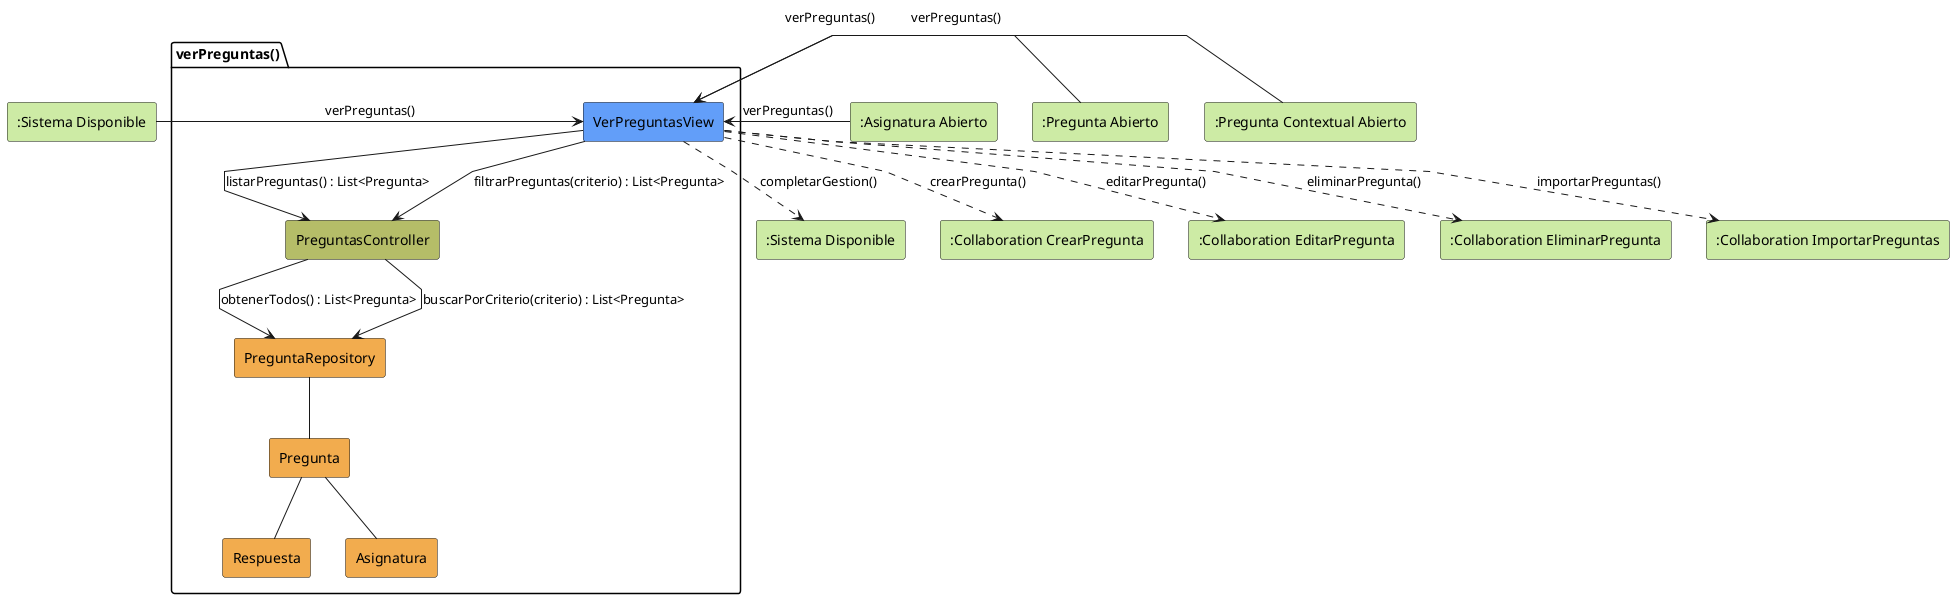
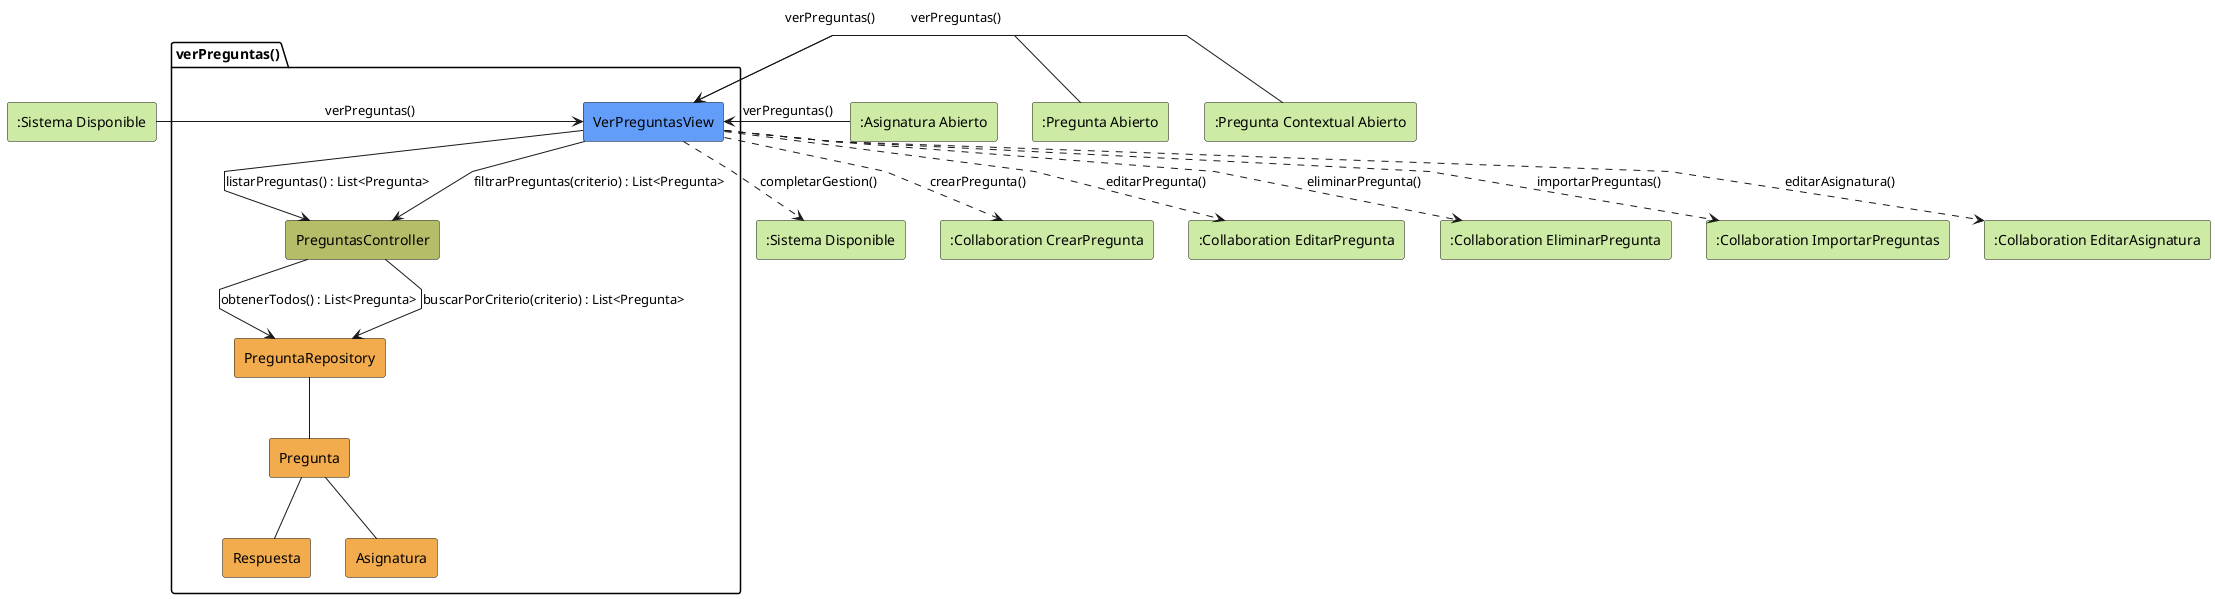
@startuml verPreguntas-analisis
skinparam linetype polyline

rectangle #CDEBA5 ":Sistema Disponible" as SistemaDisponible
rectangle #CDEBA5 ":Asignatura Abierto" as AsignaturaAbierto
rectangle #CDEBA5 ":Pregunta Abierto" as PreguntaAbierto
rectangle #CDEBA5 ":Pregunta Contextual Abierto" as PreguntaContextualAbierto
package verPreguntas as "verPreguntas()" {
    rectangle #629EF9 VerPreguntasView
    rectangle #b5bd68 PreguntasController
    rectangle #F2AC4E PreguntaRepository
    rectangle #F2AC4E Pregunta
    rectangle #F2AC4E Respuesta
    rectangle #F2AC4E Asignatura
}

rectangle #CDEBA5 ":Sistema Disponible" as SistemaDisponibleSalida
rectangle #CDEBA5 ":Collaboration CrearPregunta" as CrearPregunta
rectangle #CDEBA5 ":Collaboration EditarPregunta" as EditarPregunta
rectangle #CDEBA5 ":Collaboration EliminarPregunta" as EliminarPregunta
rectangle #CDEBA5 ":Collaboration ImportarPreguntas" as ImportarPreguntas
+ rectangle #CDEBA5 ":Collaboration EditarAsignatura" as EditarAsignatura

SistemaDisponible -r-> VerPreguntasView: verPreguntas()
AsignaturaAbierto -r-> VerPreguntasView: verPreguntas()
PreguntaAbierto -r-> VerPreguntasView: verPreguntas()
PreguntaContextualAbierto -r-> VerPreguntasView: verPreguntas()

VerPreguntasView -d-> PreguntasController: listarPreguntas() : List<Pregunta>

PreguntasController --> PreguntaRepository: obtenerTodos() : List<Pregunta>

PreguntaRepository -- Pregunta
Pregunta -- Respuesta
Pregunta -- Asignatura

VerPreguntasView --> PreguntasController: filtrarPreguntas(criterio) : List<Pregunta>

PreguntasController --> PreguntaRepository: buscarPorCriterio(criterio) : List<Pregunta>

VerPreguntasView ..> SistemaDisponibleSalida: completarGestion()
VerPreguntasView ..> CrearPregunta: crearPregunta()
VerPreguntasView ..> EditarPregunta: editarPregunta()
VerPreguntasView ..> EliminarPregunta: eliminarPregunta()
VerPreguntasView ..> ImportarPreguntas: importarPreguntas()
+ VerPreguntasView ..> EditarAsignatura: editarAsignatura()

@enduml